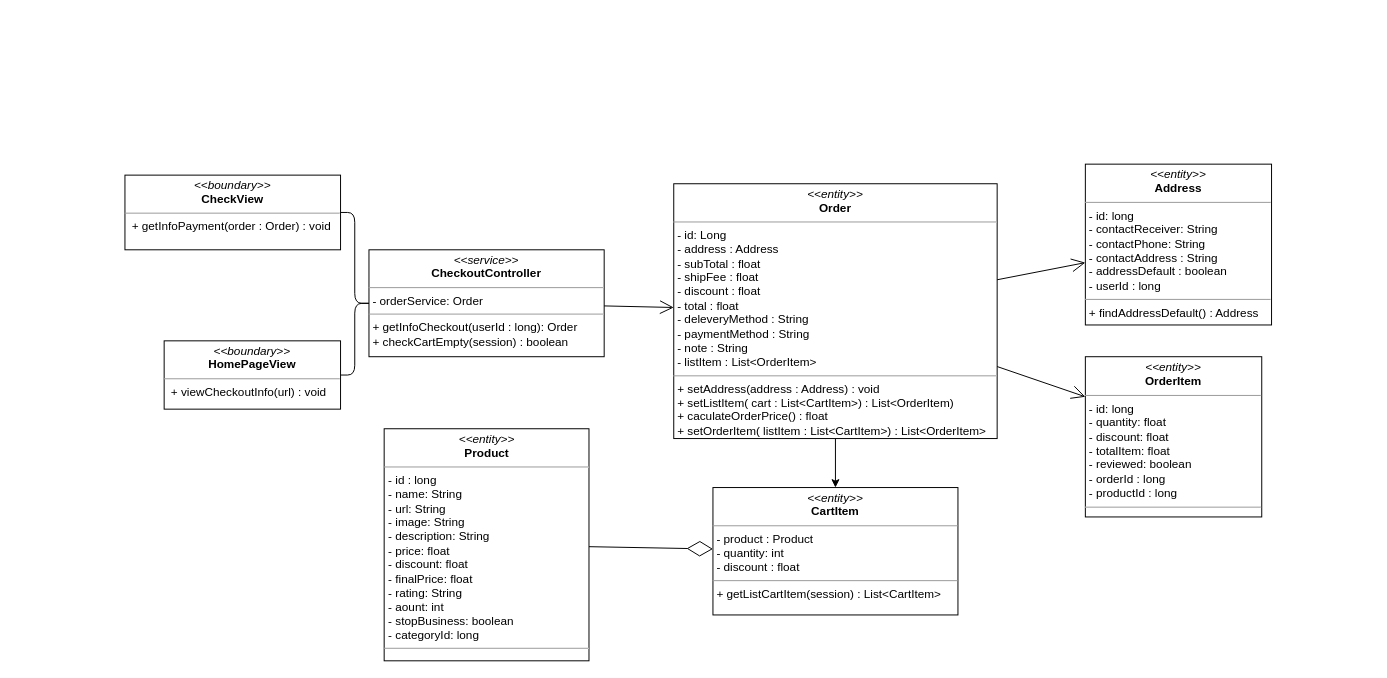
Before: class diagram/getInfoCheckout-class-diagram.drawio in nguyenphamvan/datn_20202, a draw.io diagram. Source tidied: cells renumbered, new cells numbered last; positions are measured from the earlier drawing's top-left corner, leaving out a move shared by most shapes. Both pictures are drawn from the tidied source at 98%, with x=0, y=0 at pixel (124, 164).
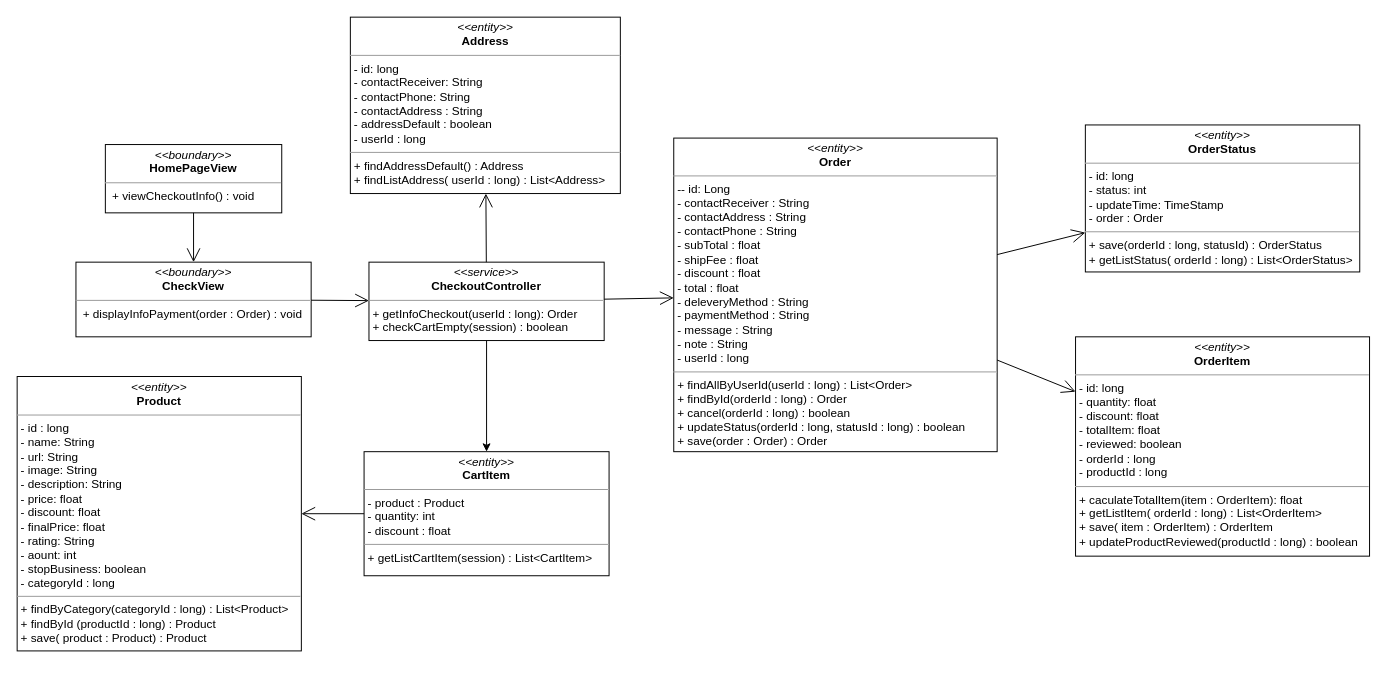
After the change.

The edit, as a diff of the source:
```diff
@@
 <mxGraphModel>
   <root>
     <mxCell id="0" />
     <mxCell id="1" parent="0" />
-    <mxCell id="2" value="&lt;p style=&quot;margin: 0px ; margin-top: 4px ; text-align: center&quot;&gt;&lt;i&gt;&amp;lt;&amp;lt;boundary&amp;gt;&amp;gt;&lt;/i&gt;&lt;br&gt;&lt;b&gt;CheckView&lt;/b&gt;&lt;/p&gt;&lt;hr size=&quot;1&quot;&gt;&lt;p style=&quot;margin: 0px ; margin-left: 4px&quot;&gt;&lt;span&gt;&amp;nbsp;&lt;/span&gt;&lt;span&gt;+ getInfoPayment(order : Order) : void&lt;/span&gt;&lt;/p&gt;" style="verticalAlign=top;align=left;overflow=fill;fontSize=12;fontFamily=Helvetica;html=1;" parent="1" vertex="1">
-      <mxGeometry y="11.2" width="220" height="76.2" as="geometry" />
+    <mxCell id="2" value="&lt;p style=&quot;margin: 0px ; margin-top: 4px ; text-align: center&quot;&gt;&lt;i&gt;&amp;lt;&amp;lt;boundary&amp;gt;&amp;gt;&lt;/i&gt;&lt;br&gt;&lt;b&gt;CheckView&lt;/b&gt;&lt;/p&gt;&lt;hr size=&quot;1&quot;&gt;&lt;p style=&quot;margin: 0px ; margin-left: 4px&quot;&gt;&lt;span&gt;&amp;nbsp;&lt;/span&gt;&lt;span&gt;+ displayInfoPayment(order : Order) : void&lt;/span&gt;&lt;/p&gt;" style="verticalAlign=top;align=left;overflow=fill;fontSize=12;fontFamily=Helvetica;html=1;" parent="1" vertex="1">
+      <mxGeometry x="-50" y="100" width="240" height="76.2" as="geometry" />
     </mxCell>
-    <mxCell id="3" value="&lt;p style=&quot;margin: 0px ; margin-top: 4px ; text-align: center&quot;&gt;&lt;i&gt;&amp;lt;&amp;lt;entity&amp;gt;&amp;gt;&lt;/i&gt;&lt;br&gt;&lt;b&gt;Address&lt;/b&gt;&lt;/p&gt;&lt;hr size=&quot;1&quot;&gt;&lt;p style=&quot;margin: 0px ; margin-left: 4px&quot;&gt;- id: long&lt;/p&gt;&lt;p style=&quot;margin: 0px ; margin-left: 4px&quot;&gt;- contactReceiver: String&lt;br&gt;- contactPhone: String&lt;/p&gt;&lt;p style=&quot;margin: 0px ; margin-left: 4px&quot;&gt;- contactAddress : String&lt;/p&gt;&lt;p style=&quot;margin: 0px ; margin-left: 4px&quot;&gt;- addressDefault : boolean&lt;/p&gt;&lt;p style=&quot;margin: 0px ; margin-left: 4px&quot;&gt;- userId : long&lt;/p&gt;&lt;hr size=&quot;1&quot;&gt;&lt;p style=&quot;margin: 0px ; margin-left: 4px&quot;&gt;+ findAddressDefault() : Address&lt;/p&gt;" style="verticalAlign=top;align=left;overflow=fill;fontSize=12;fontFamily=Helvetica;html=1;" parent="1" vertex="1">
-      <mxGeometry x="980" width="190" height="164.1" as="geometry" />
+    <mxCell id="3" value="&lt;p style=&quot;margin: 0px ; margin-top: 4px ; text-align: center&quot;&gt;&lt;i&gt;&amp;lt;&amp;lt;entity&amp;gt;&amp;gt;&lt;/i&gt;&lt;br&gt;&lt;b&gt;Address&lt;/b&gt;&lt;/p&gt;&lt;hr size=&quot;1&quot;&gt;&lt;p style=&quot;margin: 0px ; margin-left: 4px&quot;&gt;- id: long&lt;/p&gt;&lt;p style=&quot;margin: 0px ; margin-left: 4px&quot;&gt;- contactReceiver: String&lt;br&gt;- contactPhone: String&lt;/p&gt;&lt;p style=&quot;margin: 0px ; margin-left: 4px&quot;&gt;- contactAddress : String&lt;/p&gt;&lt;p style=&quot;margin: 0px ; margin-left: 4px&quot;&gt;- addressDefault : boolean&lt;/p&gt;&lt;p style=&quot;margin: 0px ; margin-left: 4px&quot;&gt;- userId : long&lt;/p&gt;&lt;hr size=&quot;1&quot;&gt;&lt;p style=&quot;margin: 0px ; margin-left: 4px&quot;&gt;+ findAddressDefault() : Address&lt;/p&gt;&lt;p style=&quot;margin: 0px ; margin-left: 4px&quot;&gt;+ findListAddress( userId : long) : List&amp;lt;Address&amp;gt;&lt;/p&gt;" style="verticalAlign=top;align=left;overflow=fill;fontSize=12;fontFamily=Helvetica;html=1;" parent="1" vertex="1">
+      <mxGeometry x="230" y="-150" width="275.5" height="180" as="geometry" />
     </mxCell>
-    <mxCell id="4" style="edgeStyle=orthogonalEdgeStyle;rounded=0;jettySize=auto;html=1;" parent="1" edge="1" source="5" target="8">
+    <mxCell id="4" style="edgeStyle=orthogonalEdgeStyle;rounded=0;jettySize=auto;html=1;" parent="1" edge="1" source="6" target="8">
       <mxGeometry relative="1" as="geometry" />
     </mxCell>
-    <mxCell id="5" value="&lt;p style=&quot;margin: 0px ; margin-top: 4px ; text-align: center&quot;&gt;&lt;i&gt;&amp;lt;&amp;lt;entity&amp;gt;&amp;gt;&lt;/i&gt;&lt;br&gt;&lt;b&gt;Order&lt;/b&gt;&lt;/p&gt;&lt;hr size=&quot;1&quot;&gt;&lt;p style=&quot;margin: 0px ; margin-left: 4px&quot;&gt;- id: Long&lt;/p&gt;&lt;p style=&quot;margin: 0px 0px 0px 4px&quot;&gt;- address : Address&lt;/p&gt;&lt;p style=&quot;margin: 0px 0px 0px 4px&quot;&gt;- subTotal : float&lt;/p&gt;&lt;p style=&quot;margin: 0px 0px 0px 4px&quot;&gt;- shipFee : float&lt;/p&gt;&lt;p style=&quot;margin: 0px 0px 0px 4px&quot;&gt;- discount : float&lt;/p&gt;&lt;p style=&quot;margin: 0px 0px 0px 4px&quot;&gt;- total : float&lt;/p&gt;&lt;p style=&quot;margin: 0px 0px 0px 4px&quot;&gt;- deleveryMethod : String&lt;/p&gt;&lt;p style=&quot;margin: 0px 0px 0px 4px&quot;&gt;- paymentMethod : String&lt;/p&gt;&lt;p style=&quot;margin: 0px 0px 0px 4px&quot;&gt;- note : String&lt;/p&gt;&lt;p style=&quot;margin: 0px 0px 0px 4px&quot;&gt;- listItem : List&amp;lt;OrderItem&amp;gt;&lt;/p&gt;&lt;hr size=&quot;1&quot;&gt;&lt;p style=&quot;margin: 0px ; margin-left: 4px&quot;&gt;+ setAddress(address : Address) : void&lt;/p&gt;&lt;p style=&quot;margin: 0px ; margin-left: 4px&quot;&gt;+ setListItem( cart : List&amp;lt;CartItem&amp;gt;) : List&amp;lt;OrderItem)&lt;/p&gt;&lt;p style=&quot;margin: 0px ; margin-left: 4px&quot;&gt;+ caculateOrderPrice() : float&lt;/p&gt;&lt;p style=&quot;margin: 0px ; margin-left: 4px&quot;&gt;+ setOrderItem( listItem : List&amp;lt;CartItem&amp;gt;) : List&amp;lt;OrderItem&amp;gt;&lt;/p&gt;" style="verticalAlign=top;align=left;overflow=fill;fontSize=12;fontFamily=Helvetica;html=1;" parent="1" vertex="1">
-      <mxGeometry x="560" y="20" width="330" height="260" as="geometry" />
+    <mxCell id="5" value="&lt;p style=&quot;margin: 0px ; margin-top: 4px ; text-align: center&quot;&gt;&lt;i&gt;&amp;lt;&amp;lt;entity&amp;gt;&amp;gt;&lt;/i&gt;&lt;br&gt;&lt;b&gt;Order&lt;/b&gt;&lt;/p&gt;&lt;hr size=&quot;1&quot;&gt;&lt;p style=&quot;margin: 0px ; margin-left: 4px&quot;&gt;-&lt;span&gt;- id: Long&lt;/span&gt;&lt;br&gt;&lt;/p&gt;&lt;p style=&quot;margin: 0px 0px 0px 4px&quot;&gt;- contactReceiver : String&lt;/p&gt;&lt;p style=&quot;margin: 0px 0px 0px 4px&quot;&gt;- contactAddress : String&lt;/p&gt;&lt;p style=&quot;margin: 0px 0px 0px 4px&quot;&gt;- contactPhone : String&lt;/p&gt;&lt;p style=&quot;margin: 0px 0px 0px 4px&quot;&gt;- subTotal : float&lt;/p&gt;&lt;p style=&quot;margin: 0px 0px 0px 4px&quot;&gt;- shipFee : float&lt;/p&gt;&lt;p style=&quot;margin: 0px 0px 0px 4px&quot;&gt;- discount : float&lt;/p&gt;&lt;p style=&quot;margin: 0px 0px 0px 4px&quot;&gt;- total : float&lt;/p&gt;&lt;p style=&quot;margin: 0px 0px 0px 4px&quot;&gt;- deleveryMethod : String&lt;/p&gt;&lt;p style=&quot;margin: 0px 0px 0px 4px&quot;&gt;- paymentMethod : String&lt;/p&gt;&lt;p style=&quot;margin: 0px 0px 0px 4px&quot;&gt;- message : String&lt;/p&gt;&lt;p style=&quot;margin: 0px 0px 0px 4px&quot;&gt;- note : String&lt;/p&gt;&lt;p style=&quot;margin: 0px 0px 0px 4px&quot;&gt;- userId : long&lt;/p&gt;&lt;hr size=&quot;1&quot;&gt;&lt;p style=&quot;margin: 0px 0px 0px 4px&quot;&gt;+ findAllByUserId(userId : long) : List&amp;lt;Order&amp;gt;&lt;/p&gt;&lt;p style=&quot;margin: 0px 0px 0px 4px&quot;&gt;+ findById(orderId : long) : Order&lt;br&gt;&lt;/p&gt;&lt;p style=&quot;margin: 0px 0px 0px 4px&quot;&gt;+ cancel(orderId : long) : boolean&lt;br&gt;&lt;/p&gt;&lt;p style=&quot;margin: 0px 0px 0px 4px&quot;&gt;+ updateStatus(orderId : long, statusId : long) : boolean&lt;/p&gt;&lt;p style=&quot;margin: 0px 0px 0px 4px&quot;&gt;+ save(order : Order) : Order&lt;/p&gt;" style="verticalAlign=top;align=left;overflow=fill;fontSize=12;fontFamily=Helvetica;html=1;" parent="1" vertex="1">
+      <mxGeometry x="560" y="-26.6" width="330" height="320" as="geometry" />
     </mxCell>
-    <mxCell id="6" value="&lt;p style=&quot;margin: 0px ; margin-top: 4px ; text-align: center&quot;&gt;&lt;i&gt;&amp;lt;&amp;lt;service&amp;gt;&amp;gt;&lt;/i&gt;&lt;br&gt;&lt;b&gt;CheckoutController&lt;/b&gt;&lt;br&gt;&lt;/p&gt;&lt;hr size=&quot;1&quot;&gt;&lt;p style=&quot;margin: 0px ; margin-left: 4px&quot;&gt;- orderService: Order&lt;/p&gt;&lt;hr size=&quot;1&quot;&gt;&lt;p style=&quot;margin: 0px ; margin-left: 4px&quot;&gt;+ getInfoCheckout(userId : long): Order&lt;br&gt;&lt;/p&gt;&lt;p style=&quot;margin: 0px ; margin-left: 4px&quot;&gt;+ checkCartEmpty(session) : boolean&lt;/p&gt;" style="verticalAlign=top;align=left;overflow=fill;fontSize=12;fontFamily=Helvetica;html=1;" parent="1" vertex="1">
-      <mxGeometry x="249" y="87.4" width="240" height="109.1" as="geometry" />
+    <mxCell id="6" value="&lt;p style=&quot;margin: 0px ; margin-top: 4px ; text-align: center&quot;&gt;&lt;i&gt;&amp;lt;&amp;lt;service&amp;gt;&amp;gt;&lt;/i&gt;&lt;br&gt;&lt;b&gt;CheckoutController&lt;/b&gt;&lt;/p&gt;&lt;hr size=&quot;1&quot;&gt;&lt;p style=&quot;margin: 0px ; margin-left: 4px&quot;&gt;+ getInfoCheckout(userId : long): Order&lt;br&gt;&lt;/p&gt;&lt;p style=&quot;margin: 0px ; margin-left: 4px&quot;&gt;+ checkCartEmpty(session) : boolean&lt;/p&gt;" style="verticalAlign=top;align=left;overflow=fill;fontSize=12;fontFamily=Helvetica;html=1;" parent="1" vertex="1">
+      <mxGeometry x="249" y="100" width="240" height="80" as="geometry" />
     </mxCell>
-    <mxCell id="7" style="endArrow=diamondThin;endFill=0;endSize=24;html=1;strokeColor=#000000;" parent="1" edge="1" source="10" target="8">
-      <mxGeometry relative="1" as="geometry" />
-    </mxCell>
     <mxCell id="8" value="&lt;p style=&quot;margin: 0px ; margin-top: 4px ; text-align: center&quot;&gt;&lt;i&gt;&amp;lt;&amp;lt;entity&amp;gt;&amp;gt;&lt;/i&gt;&lt;br&gt;&lt;b&gt;CartItem&lt;/b&gt;&lt;/p&gt;&lt;hr size=&quot;1&quot;&gt;&lt;p style=&quot;margin: 0px ; margin-left: 4px&quot;&gt;- product : Product&lt;/p&gt;&lt;p style=&quot;margin: 0px ; margin-left: 4px&quot;&gt;- quantity: int&lt;br&gt;- discount : float&lt;/p&gt;&lt;hr size=&quot;1&quot;&gt;&lt;p style=&quot;margin: 0px ; margin-left: 4px&quot;&gt;+ getListCartItem(session) : List&amp;lt;CartItem&amp;gt;&lt;br&gt;&lt;/p&gt;" style="verticalAlign=top;align=left;overflow=fill;fontSize=12;fontFamily=Helvetica;html=1;" parent="1" vertex="1">
-      <mxGeometry x="600" y="330" width="250" height="130" as="geometry" />
+      <mxGeometry x="244" y="293.4" width="250" height="126.6" as="geometry" />
     </mxCell>
-    <mxCell id="9" style="endArrow=none;html=1;edgeStyle=orthogonalEdgeStyle;strokeColor=#000000;" parent="1" edge="1" source="2" target="6">
-      <mxGeometry relative="1" as="geometry" />
-    </mxCell>
-    <mxCell id="10" value="&lt;p style=&quot;margin: 0px ; margin-top: 4px ; text-align: center&quot;&gt;&lt;i&gt;&amp;lt;&amp;lt;entity&amp;gt;&amp;gt;&lt;/i&gt;&lt;br&gt;&lt;b&gt;Product&lt;/b&gt;&lt;/p&gt;&lt;hr size=&quot;1&quot;&gt;&lt;p style=&quot;margin: 0px ; margin-left: 4px&quot;&gt;- id : long&lt;/p&gt;&lt;p style=&quot;margin: 0px ; margin-left: 4px&quot;&gt;- name: String&lt;br&gt;- url: String&lt;/p&gt;&lt;p style=&quot;margin: 0px ; margin-left: 4px&quot;&gt;- image: String&lt;/p&gt;&lt;p style=&quot;margin: 0px ; margin-left: 4px&quot;&gt;- description: String&lt;/p&gt;&lt;p style=&quot;margin: 0px ; margin-left: 4px&quot;&gt;- price: float&lt;/p&gt;&lt;p style=&quot;margin: 0px ; margin-left: 4px&quot;&gt;- discount: float&lt;/p&gt;&lt;p style=&quot;margin: 0px ; margin-left: 4px&quot;&gt;- finalPrice: float&lt;/p&gt;&lt;p style=&quot;margin: 0px ; margin-left: 4px&quot;&gt;- rating: String&lt;/p&gt;&lt;p style=&quot;margin: 0px ; margin-left: 4px&quot;&gt;- aount: int&lt;/p&gt;&lt;p style=&quot;margin: 0px ; margin-left: 4px&quot;&gt;- stopBusiness: boolean&lt;/p&gt;&lt;p style=&quot;margin: 0px ; margin-left: 4px&quot;&gt;- categoryId: long&lt;/p&gt;&lt;hr size=&quot;1&quot;&gt;&lt;p style=&quot;margin: 0px ; margin-left: 4px&quot;&gt;&lt;br&gt;&lt;/p&gt;" style="verticalAlign=top;align=left;overflow=fill;fontSize=12;fontFamily=Helvetica;html=1;" parent="1" vertex="1">
-      <mxGeometry x="264.5" y="270" width="209" height="236.8" as="geometry" />
-    </mxCell>
     <mxCell id="11" style="endArrow=open;endFill=1;endSize=12;html=1;" parent="1" edge="1" source="6" target="5">
       <mxGeometry relative="1" as="geometry" />
     </mxCell>
-    <mxCell id="12" value="&lt;p style=&quot;margin: 0px ; margin-top: 4px ; text-align: center&quot;&gt;&lt;i&gt;&amp;lt;&amp;lt;entity&amp;gt;&amp;gt;&lt;/i&gt;&lt;br&gt;&lt;b&gt;OrderItem&lt;/b&gt;&lt;/p&gt;&lt;hr size=&quot;1&quot;&gt;&lt;p style=&quot;margin: 0px ; margin-left: 4px&quot;&gt;- id: long&lt;/p&gt;&lt;p style=&quot;margin: 0px ; margin-left: 4px&quot;&gt;- quantity: float&lt;br&gt;- discount: float&lt;/p&gt;&lt;p style=&quot;margin: 0px ; margin-left: 4px&quot;&gt;- totalItem: float&lt;/p&gt;&lt;p style=&quot;margin: 0px ; margin-left: 4px&quot;&gt;- reviewed: boolean&lt;/p&gt;&lt;p style=&quot;margin: 0px ; margin-left: 4px&quot;&gt;- orderId : long&lt;/p&gt;&lt;p style=&quot;margin: 0px ; margin-left: 4px&quot;&gt;- productId : long&lt;/p&gt;&lt;hr size=&quot;1&quot;&gt;&lt;p style=&quot;margin: 0px ; margin-left: 4px&quot;&gt;&lt;br&gt;&lt;/p&gt;" style="verticalAlign=top;align=left;overflow=fill;fontSize=12;fontFamily=Helvetica;html=1;" parent="1" vertex="1">
-      <mxGeometry x="980" y="196.5" width="180" height="163.5" as="geometry" />
+    <mxCell id="12" value="&lt;p style=&quot;margin: 0px ; margin-top: 4px ; text-align: center&quot;&gt;&lt;i&gt;&amp;lt;&amp;lt;entity&amp;gt;&amp;gt;&lt;/i&gt;&lt;br&gt;&lt;b&gt;OrderItem&lt;/b&gt;&lt;/p&gt;&lt;hr size=&quot;1&quot;&gt;&lt;p style=&quot;margin: 0px ; margin-left: 4px&quot;&gt;- id: long&lt;/p&gt;&lt;p style=&quot;margin: 0px ; margin-left: 4px&quot;&gt;- quantity: float&lt;br&gt;- discount: float&lt;/p&gt;&lt;p style=&quot;margin: 0px ; margin-left: 4px&quot;&gt;- totalItem: float&lt;/p&gt;&lt;p style=&quot;margin: 0px ; margin-left: 4px&quot;&gt;- reviewed: boolean&lt;/p&gt;&lt;p style=&quot;margin: 0px ; margin-left: 4px&quot;&gt;- orderId : long&lt;/p&gt;&lt;p style=&quot;margin: 0px ; margin-left: 4px&quot;&gt;- productId : long&lt;/p&gt;&lt;hr size=&quot;1&quot;&gt;&lt;p style=&quot;margin: 0px 0px 0px 4px&quot;&gt;+ caculateTotalItem(item : OrderItem): float&lt;br&gt;&lt;/p&gt;&lt;p style=&quot;margin: 0px 0px 0px 4px&quot;&gt;+ getListItem( orderId : long) : List&amp;lt;OrderItem&amp;gt;&lt;br&gt;&lt;/p&gt;&lt;p style=&quot;margin: 0px 0px 0px 4px&quot;&gt;+ save( item : OrderItem) : OrderItem&lt;/p&gt;&lt;p style=&quot;margin: 0px 0px 0px 4px&quot;&gt;+ updateProductReviewed(productId : long) : boolean&lt;br&gt;&lt;/p&gt;" style="verticalAlign=top;align=left;overflow=fill;fontSize=12;fontFamily=Helvetica;html=1;" parent="1" vertex="1">
+      <mxGeometry x="970" y="176.2" width="300" height="223.8" as="geometry" />
     </mxCell>
-    <mxCell id="13" style="endArrow=open;endFill=1;endSize=12;html=1;" parent="1" edge="1" source="5" target="3">
+    <mxCell id="13" style="endArrow=open;endFill=1;endSize=12;html=1;" parent="1" edge="1" source="6" target="3">
       <mxGeometry relative="1" as="geometry" />
     </mxCell>
     <mxCell id="14" style="endArrow=open;endFill=1;endSize=12;html=1;entryX=0;entryY=0.25;entryDx=0;entryDy=0;" parent="1" edge="1" source="5" target="12">
       <mxGeometry relative="1" as="geometry" />
     </mxCell>
-    <mxCell id="15" value="&lt;p style=&quot;margin: 0px ; margin-top: 4px ; text-align: center&quot;&gt;&lt;i&gt;&amp;lt;&amp;lt;boundary&amp;gt;&amp;gt;&lt;/i&gt;&lt;br&gt;&lt;b&gt;HomePageView&lt;/b&gt;&lt;/p&gt;&lt;hr size=&quot;1&quot;&gt;&lt;p style=&quot;margin: 0px ; margin-left: 4px&quot;&gt;&lt;span&gt;&amp;nbsp;&lt;/span&gt;&lt;span&gt;+ viewCheckoutInfo(url) : void&lt;/span&gt;&lt;/p&gt;" style="verticalAlign=top;align=left;overflow=fill;fontSize=12;fontFamily=Helvetica;html=1;" parent="1" vertex="1">
-      <mxGeometry x="40" y="180.3" width="180" height="69.7" as="geometry" />
+    <mxCell id="15" value="&lt;p style=&quot;margin: 0px ; margin-top: 4px ; text-align: center&quot;&gt;&lt;i&gt;&amp;lt;&amp;lt;boundary&amp;gt;&amp;gt;&lt;/i&gt;&lt;br&gt;&lt;b&gt;HomePageView&lt;/b&gt;&lt;/p&gt;&lt;hr size=&quot;1&quot;&gt;&lt;p style=&quot;margin: 0px ; margin-left: 4px&quot;&gt;&lt;span&gt;&amp;nbsp;&lt;/span&gt;&lt;span&gt;+ viewCheckoutInfo() : void&lt;/span&gt;&lt;/p&gt;" style="verticalAlign=top;align=left;overflow=fill;fontSize=12;fontFamily=Helvetica;html=1;" parent="1" vertex="1">
+      <mxGeometry x="-20" y="-20" width="180" height="69.7" as="geometry" />
     </mxCell>
-    <mxCell id="16" style="endArrow=none;html=1;edgeStyle=orthogonalEdgeStyle;strokeColor=#000000;" parent="1" edge="1" source="15" target="6">
-      <mxGeometry relative="1" as="geometry" />
-    </mxCell>
+    <mxCell id="17" style="endArrow=open;endFill=1;endSize=12;html=1;" parent="1" edge="1" source="15" target="2">
+      <mxGeometry relative="1" as="geometry" />
+    </mxCell>
+    <mxCell id="9" style="endArrow=open;endFill=1;endSize=12;html=1;" parent="1" edge="1" source="2" target="6">
+      <mxGeometry relative="1" as="geometry" />
+    </mxCell>
+    <mxCell id="18" value="&lt;p style=&quot;margin: 0px ; margin-top: 4px ; text-align: center&quot;&gt;&lt;i&gt;&amp;lt;&amp;lt;entity&amp;gt;&amp;gt;&lt;/i&gt;&lt;br&gt;&lt;b&gt;OrderStatus&lt;/b&gt;&lt;/p&gt;&lt;hr size=&quot;1&quot;&gt;&lt;p style=&quot;margin: 0px ; margin-left: 4px&quot;&gt;- id: long&lt;/p&gt;&lt;p style=&quot;margin: 0px ; margin-left: 4px&quot;&gt;- status: int&lt;br&gt;- updateTime: TimeStamp&lt;/p&gt;&lt;p style=&quot;margin: 0px ; margin-left: 4px&quot;&gt;- order : Order&lt;/p&gt;&lt;hr size=&quot;1&quot;&gt;&lt;p style=&quot;margin: 0px ; margin-left: 4px&quot;&gt;+ save(orderId : long, statusId) : OrderStatus&lt;/p&gt;&lt;p style=&quot;margin: 0px ; margin-left: 4px&quot;&gt;+ getListStatus( orderId : long) : List&amp;lt;OrderStatus&amp;gt;&lt;/p&gt;" style="verticalAlign=top;align=left;overflow=fill;fontSize=12;fontFamily=Helvetica;html=1;" parent="1" vertex="1">
+      <mxGeometry x="980" y="-40" width="280" height="150" as="geometry" />
+    </mxCell>
+    <mxCell id="19" style="endArrow=open;endFill=1;endSize=12;html=1;" parent="1" edge="1" source="5" target="18">
+      <mxGeometry relative="1" as="geometry" />
+    </mxCell>
+    <mxCell id="20" value="&lt;p style=&quot;margin: 0px ; margin-top: 4px ; text-align: center&quot;&gt;&lt;i&gt;&amp;lt;&amp;lt;entity&amp;gt;&amp;gt;&lt;/i&gt;&lt;br&gt;&lt;b&gt;Product&lt;/b&gt;&lt;/p&gt;&lt;hr size=&quot;1&quot;&gt;&lt;p style=&quot;margin: 0px ; margin-left: 4px&quot;&gt;- id : long&lt;/p&gt;&lt;p style=&quot;margin: 0px ; margin-left: 4px&quot;&gt;- name: String&lt;br&gt;- url: String&lt;/p&gt;&lt;p style=&quot;margin: 0px ; margin-left: 4px&quot;&gt;- image: String&lt;/p&gt;&lt;p style=&quot;margin: 0px ; margin-left: 4px&quot;&gt;- description: String&lt;/p&gt;&lt;p style=&quot;margin: 0px ; margin-left: 4px&quot;&gt;- price: float&lt;/p&gt;&lt;p style=&quot;margin: 0px ; margin-left: 4px&quot;&gt;- discount: float&lt;/p&gt;&lt;p style=&quot;margin: 0px ; margin-left: 4px&quot;&gt;- finalPrice: float&lt;/p&gt;&lt;p style=&quot;margin: 0px ; margin-left: 4px&quot;&gt;- rating: String&lt;/p&gt;&lt;p style=&quot;margin: 0px ; margin-left: 4px&quot;&gt;- aount: int&lt;/p&gt;&lt;p style=&quot;margin: 0px ; margin-left: 4px&quot;&gt;- stopBusiness: boolean&lt;/p&gt;&lt;p style=&quot;margin: 0px ; margin-left: 4px&quot;&gt;- categoryId : long&lt;/p&gt;&lt;hr size=&quot;1&quot;&gt;&lt;p style=&quot;margin: 0px 0px 0px 4px&quot;&gt;+ findByCategory(categoryId : long) : List&amp;lt;Product&amp;gt;&lt;/p&gt;&lt;p style=&quot;margin: 0px 0px 0px 4px&quot;&gt;+ findById (productId : long) : Product&lt;/p&gt;&lt;p style=&quot;margin: 0px 0px 0px 4px&quot;&gt;+ save( product : Product) : Product&lt;/p&gt;" style="verticalAlign=top;align=left;overflow=fill;fontSize=12;fontFamily=Helvetica;html=1;" parent="1" vertex="1">
+      <mxGeometry x="-110" y="216.7" width="290" height="280" as="geometry" />
+    </mxCell>
+    <mxCell id="21" style="endArrow=open;endFill=1;endSize=12;html=1;" parent="1" edge="1" source="8" target="20">
+      <mxGeometry relative="1" as="geometry" />
+    </mxCell>
   </root>
 </mxGraphModel>
```
